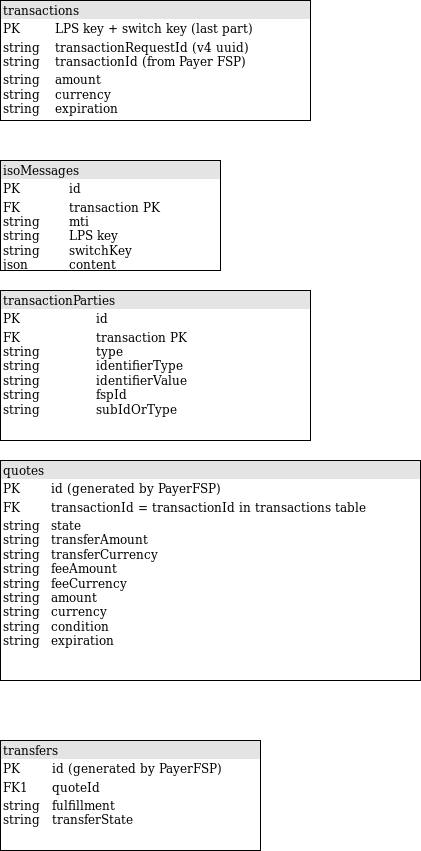
The draw.io diagram media/Adaptor-database-schema.png in mojaloop/mojaloop-adapter, before a commit. Source tidied: cells renumbered, new cells last; positions are measured from the earlier drawing's top-left corner, leaving out a move shared by most shapes.
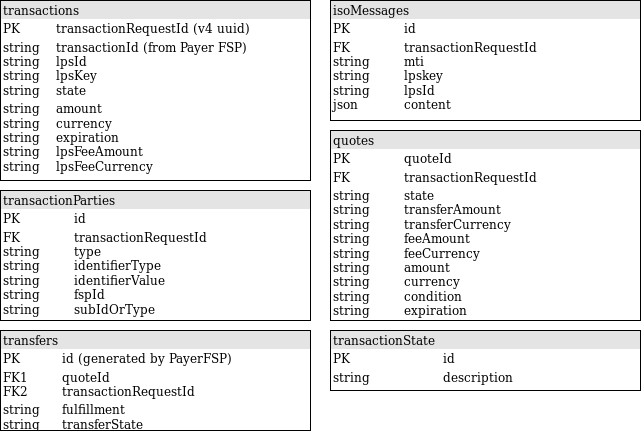
After the commit.

Diff of the diagram source:
```diff
@@ -2,20 +2,23 @@
   <root>
     <mxCell id="0" />
     <mxCell id="1" parent="0" />
-    <mxCell id="2" value="&lt;div style=&quot;box-sizing: border-box ; width: 100% ; background: #e4e4e4 ; padding: 2px&quot;&gt;transactions&lt;br&gt;&lt;/div&gt;&lt;table style=&quot;width: 100% ; font-size: 1em&quot; cellspacing=&quot;0&quot; cellpadding=&quot;2&quot;&gt;&lt;tbody&gt;&lt;tr&gt;&lt;td&gt;PK&lt;/td&gt;&lt;td&gt;LPS key + switch key (last part)&lt;br&gt;&lt;/td&gt;&lt;/tr&gt;&lt;tr&gt;&lt;td&gt;string&lt;br&gt;string&lt;br&gt;&lt;/td&gt;&lt;td&gt;transactionRequestId (v4 uuid)&lt;br&gt;transactionId (from Payer FSP)&lt;br&gt;&lt;/td&gt;&lt;/tr&gt;&lt;tr&gt;&lt;td&gt;string&lt;br&gt;string&lt;br&gt;string&lt;br&gt;&lt;/td&gt;&lt;td&gt;amount&lt;br&gt;currency&lt;br&gt;expiration&lt;br&gt;&lt;/td&gt;&lt;/tr&gt;&lt;/tbody&gt;&lt;/table&gt;" style="verticalAlign=top;align=left;overflow=fill;html=1;" parent="1" vertex="1">
-      <mxGeometry width="310" height="120" as="geometry" />
+    <mxCell id="2" value="&lt;div style=&quot;box-sizing: border-box ; width: 100% ; background: #e4e4e4 ; padding: 2px&quot;&gt;transactions&lt;br&gt;&lt;/div&gt;&lt;table style=&quot;width: 100% ; font-size: 1em&quot; cellspacing=&quot;0&quot; cellpadding=&quot;2&quot;&gt;&lt;tbody&gt;&lt;tr&gt;&lt;td&gt;PK&lt;/td&gt;&lt;td&gt;transactionRequestId (v4 uuid)&lt;br&gt;&lt;/td&gt;&lt;/tr&gt;&lt;tr&gt;&lt;td&gt;string&lt;br&gt;string&lt;br&gt;string&lt;br&gt;string&lt;br&gt;&lt;/td&gt;&lt;td&gt;transactionId (from Payer FSP)&lt;br&gt;lpsId&lt;br&gt;lpsKey&lt;br&gt;state&lt;br&gt;&lt;/td&gt;&lt;/tr&gt;&lt;tr&gt;&lt;td&gt;string&lt;br&gt;string&lt;br&gt;string&lt;br&gt;string&lt;br&gt;string&lt;br&gt;&lt;/td&gt;&lt;td&gt;amount&lt;br&gt;currency&lt;br&gt;expiration&lt;br&gt;lpsFeeAmount&lt;br&gt;lpsFeeCurrency&lt;br&gt;&lt;/td&gt;&lt;/tr&gt;&lt;/tbody&gt;&lt;/table&gt;" style="verticalAlign=top;align=left;overflow=fill;html=1;" parent="1" vertex="1">
+      <mxGeometry width="310" height="180" as="geometry" />
     </mxCell>
-    <mxCell id="3" value="&lt;div style=&quot;box-sizing: border-box ; width: 100% ; background: #e4e4e4 ; padding: 2px&quot;&gt;isoMessages&lt;/div&gt;&lt;table style=&quot;width: 100% ; font-size: 1em&quot; cellspacing=&quot;0&quot; cellpadding=&quot;2&quot;&gt;&lt;tbody&gt;&lt;tr&gt;&lt;td&gt;PK&lt;/td&gt;&lt;td&gt;id&lt;br&gt;&lt;/td&gt;&lt;/tr&gt;&lt;tr&gt;&lt;td&gt;FK&lt;br&gt;string&lt;br&gt;string&lt;br&gt;string&lt;br&gt;json&lt;br&gt;&lt;/td&gt;&lt;td&gt;transaction PK&lt;br&gt;mti&lt;br&gt;LPS key&lt;br&gt;switchKey&lt;br&gt;content&lt;br&gt;&lt;/td&gt;&lt;/tr&gt;&lt;tr&gt;&lt;td&gt;&lt;br&gt;&lt;/td&gt;&lt;td&gt;&lt;br&gt;&lt;/td&gt;&lt;/tr&gt;&lt;/tbody&gt;&lt;/table&gt;" style="verticalAlign=top;align=left;overflow=fill;html=1;" parent="1" vertex="1">
-      <mxGeometry y="160" width="220" height="110" as="geometry" />
+    <mxCell id="3" value="&lt;div style=&quot;box-sizing: border-box ; width: 100% ; background: #e4e4e4 ; padding: 2px&quot;&gt;isoMessages&lt;/div&gt;&lt;table style=&quot;width: 100% ; font-size: 1em&quot; cellspacing=&quot;0&quot; cellpadding=&quot;2&quot;&gt;&lt;tbody&gt;&lt;tr&gt;&lt;td&gt;PK&lt;/td&gt;&lt;td&gt;id&lt;br&gt;&lt;/td&gt;&lt;/tr&gt;&lt;tr&gt;&lt;td&gt;FK&lt;br&gt;string&lt;br&gt;string&lt;br&gt;string&lt;br&gt;json&lt;br&gt;&lt;/td&gt;&lt;td&gt;transactionRequestId&lt;br&gt;mti&lt;br&gt;lpskey&lt;br&gt;lpsId&lt;br&gt;content&lt;br&gt;&lt;/td&gt;&lt;/tr&gt;&lt;tr&gt;&lt;td&gt;&lt;br&gt;&lt;/td&gt;&lt;td&gt;&lt;br&gt;&lt;/td&gt;&lt;/tr&gt;&lt;/tbody&gt;&lt;/table&gt;" style="verticalAlign=top;align=left;overflow=fill;html=1;" parent="1" vertex="1">
+      <mxGeometry x="330" width="310" height="120" as="geometry" />
     </mxCell>
-    <mxCell id="4" value="&lt;div style=&quot;box-sizing: border-box ; width: 100% ; background: #e4e4e4 ; padding: 2px&quot;&gt;transactionParties&lt;br&gt;&lt;/div&gt;&lt;table style=&quot;width: 100% ; font-size: 1em&quot; cellspacing=&quot;0&quot; cellpadding=&quot;2&quot;&gt;&lt;tbody&gt;&lt;tr&gt;&lt;td&gt;PK&lt;/td&gt;&lt;td&gt;id&lt;/td&gt;&lt;/tr&gt;&lt;tr&gt;&lt;td&gt;FK&lt;br&gt;string&lt;br&gt;string&lt;br&gt;string&lt;br&gt;string&lt;br&gt;string&lt;br&gt;&lt;/td&gt;&lt;td&gt;transaction PK&lt;br&gt;type&lt;br&gt;identifierType&lt;br&gt;identifierValue&lt;br&gt;fspId&lt;br&gt;subIdOrType&lt;br&gt;&lt;/td&gt;&lt;/tr&gt;&lt;tr&gt;&lt;td&gt;&lt;br&gt;&lt;/td&gt;&lt;td&gt;&lt;br&gt;&lt;/td&gt;&lt;/tr&gt;&lt;/tbody&gt;&lt;/table&gt;" style="verticalAlign=top;align=left;overflow=fill;html=1;" parent="1" vertex="1">
-      <mxGeometry y="290" width="310" height="150" as="geometry" />
+    <mxCell id="4" value="&lt;div style=&quot;box-sizing: border-box ; width: 100% ; background: #e4e4e4 ; padding: 2px&quot;&gt;transactionParties&lt;br&gt;&lt;/div&gt;&lt;table style=&quot;width: 100% ; font-size: 1em&quot; cellspacing=&quot;0&quot; cellpadding=&quot;2&quot;&gt;&lt;tbody&gt;&lt;tr&gt;&lt;td&gt;PK&lt;/td&gt;&lt;td&gt;id&lt;/td&gt;&lt;/tr&gt;&lt;tr&gt;&lt;td&gt;FK&lt;br&gt;string&lt;br&gt;string&lt;br&gt;string&lt;br&gt;string&lt;br&gt;string&lt;br&gt;&lt;/td&gt;&lt;td&gt;transactionRequestId&lt;br&gt;type&lt;br&gt;identifierType&lt;br&gt;identifierValue&lt;br&gt;fspId&lt;br&gt;subIdOrType&lt;br&gt;&lt;/td&gt;&lt;/tr&gt;&lt;tr&gt;&lt;td&gt;&lt;br&gt;&lt;/td&gt;&lt;td&gt;&lt;br&gt;&lt;/td&gt;&lt;/tr&gt;&lt;/tbody&gt;&lt;/table&gt;" style="verticalAlign=top;align=left;overflow=fill;html=1;" parent="1" vertex="1">
+      <mxGeometry y="190" width="310" height="130" as="geometry" />
     </mxCell>
-    <mxCell id="5" value="&lt;div style=&quot;box-sizing: border-box ; width: 100% ; background: #e4e4e4 ; padding: 2px&quot;&gt;quotes&lt;br&gt;&lt;/div&gt;&lt;table style=&quot;width: 100% ; font-size: 1em&quot; cellspacing=&quot;0&quot; cellpadding=&quot;2&quot;&gt;&lt;tbody&gt;&lt;tr&gt;&lt;td&gt;PK&lt;/td&gt;&lt;td&gt;id (generated by PayerFSP)&lt;br&gt;&lt;/td&gt;&lt;/tr&gt;&lt;tr&gt;&lt;td&gt;FK&lt;/td&gt;&lt;td&gt;transactionId = transactionId in transactions table&lt;br&gt;&lt;/td&gt;&lt;/tr&gt;&lt;tr&gt;&lt;td&gt;string&lt;br&gt;string&lt;br&gt;string&lt;br&gt;string&lt;br&gt;string&lt;br&gt;string&lt;br&gt;string&lt;br&gt;string&lt;br&gt;string&lt;br&gt;&lt;/td&gt;&lt;td&gt;state&lt;br&gt;transferAmount&lt;br&gt;transferCurrency&lt;br&gt;feeAmount&lt;br&gt;feeCurrency&lt;br&gt;amount&lt;br&gt;currency&lt;br&gt;condition&lt;br&gt;expiration&lt;br&gt;&lt;/td&gt;&lt;/tr&gt;&lt;/tbody&gt;&lt;/table&gt;" style="verticalAlign=top;align=left;overflow=fill;html=1;" parent="1" vertex="1">
-      <mxGeometry y="460" width="420" height="220" as="geometry" />
+    <mxCell id="5" value="&lt;div style=&quot;box-sizing: border-box ; width: 100% ; background: #e4e4e4 ; padding: 2px&quot;&gt;quotes&lt;br&gt;&lt;/div&gt;&lt;table style=&quot;width: 100% ; font-size: 1em&quot; cellspacing=&quot;0&quot; cellpadding=&quot;2&quot;&gt;&lt;tbody&gt;&lt;tr&gt;&lt;td&gt;PK&lt;/td&gt;&lt;td&gt;quoteId&lt;/td&gt;&lt;/tr&gt;&lt;tr&gt;&lt;td&gt;FK&lt;br&gt;&lt;/td&gt;&lt;td&gt;transactionRequestId&lt;br&gt;&lt;/td&gt;&lt;/tr&gt;&lt;tr&gt;&lt;td&gt;string&lt;br&gt;string&lt;br&gt;string&lt;br&gt;string&lt;br&gt;string&lt;br&gt;string&lt;br&gt;string&lt;br&gt;string&lt;br&gt;string&lt;br&gt;&lt;/td&gt;&lt;td&gt;state&lt;br&gt;transferAmount&lt;br&gt;transferCurrency&lt;br&gt;feeAmount&lt;br&gt;feeCurrency&lt;br&gt;amount&lt;br&gt;currency&lt;br&gt;condition&lt;br&gt;expiration&lt;br&gt;&lt;/td&gt;&lt;/tr&gt;&lt;/tbody&gt;&lt;/table&gt;" style="verticalAlign=top;align=left;overflow=fill;html=1;" parent="1" vertex="1">
+      <mxGeometry x="330" y="130" width="310" height="190" as="geometry" />
     </mxCell>
-    <mxCell id="6" value="&lt;div style=&quot;box-sizing: border-box ; width: 100% ; background: #e4e4e4 ; padding: 2px&quot;&gt;transfers&lt;br&gt;&lt;/div&gt;&lt;table style=&quot;width: 100% ; font-size: 1em&quot; cellspacing=&quot;0&quot; cellpadding=&quot;2&quot;&gt;&lt;tbody&gt;&lt;tr&gt;&lt;td&gt;PK&lt;/td&gt;&lt;td&gt;id (generated by PayerFSP)&lt;br&gt;&lt;/td&gt;&lt;/tr&gt;&lt;tr&gt;&lt;td&gt;FK1&lt;/td&gt;&lt;td&gt;quoteId&lt;br&gt;&lt;/td&gt;&lt;/tr&gt;&lt;tr&gt;&lt;td&gt;string&lt;br&gt;string&lt;br&gt;&lt;/td&gt;&lt;td&gt;fulfillment&lt;br&gt;transferState&lt;br&gt;&lt;/td&gt;&lt;/tr&gt;&lt;/tbody&gt;&lt;/table&gt;" style="verticalAlign=top;align=left;overflow=fill;html=1;" parent="1" vertex="1">
-      <mxGeometry y="740" width="260" height="110" as="geometry" />
+    <mxCell id="6" value="&lt;div style=&quot;box-sizing: border-box ; width: 100% ; background: #e4e4e4 ; padding: 2px&quot;&gt;transfers&lt;br&gt;&lt;/div&gt;&lt;table style=&quot;width: 100% ; font-size: 1em&quot; cellspacing=&quot;0&quot; cellpadding=&quot;2&quot;&gt;&lt;tbody&gt;&lt;tr&gt;&lt;td&gt;PK&lt;/td&gt;&lt;td&gt;id (generated by PayerFSP)&lt;br&gt;&lt;/td&gt;&lt;/tr&gt;&lt;tr&gt;&lt;td&gt;FK1&lt;br&gt;FK2&lt;br&gt;&lt;/td&gt;&lt;td&gt;quoteId&lt;br&gt;transactionRequestId&lt;br&gt;&lt;/td&gt;&lt;/tr&gt;&lt;tr&gt;&lt;td&gt;string&lt;br&gt;string&lt;br&gt;&lt;/td&gt;&lt;td&gt;fulfillment&lt;br&gt;transferState&lt;br&gt;&lt;/td&gt;&lt;/tr&gt;&lt;/tbody&gt;&lt;/table&gt;" style="verticalAlign=top;align=left;overflow=fill;html=1;" parent="1" vertex="1">
+      <mxGeometry y="330" width="310" height="100" as="geometry" />
     </mxCell>
+    <mxCell id="7" value="&lt;div style=&quot;box-sizing: border-box ; width: 100% ; background: #e4e4e4 ; padding: 2px&quot;&gt;transactionState&lt;/div&gt;&lt;table style=&quot;width: 100% ; font-size: 1em&quot; cellspacing=&quot;0&quot; cellpadding=&quot;2&quot;&gt;&lt;tbody&gt;&lt;tr&gt;&lt;td&gt;PK&lt;/td&gt;&lt;td&gt;id&lt;br&gt;&lt;/td&gt;&lt;/tr&gt;&lt;tr&gt;&lt;td&gt;string&lt;br&gt;&lt;/td&gt;&lt;td&gt;description&lt;/td&gt;&lt;/tr&gt;&lt;tr&gt;&lt;td&gt;&lt;br&gt;&lt;/td&gt;&lt;td&gt;&lt;br&gt;&lt;/td&gt;&lt;/tr&gt;&lt;/tbody&gt;&lt;/table&gt;" style="verticalAlign=top;align=left;overflow=fill;html=1;" parent="1" vertex="1">
+      <mxGeometry x="330" y="330" width="310" height="60" as="geometry" />
+    </mxCell>
   </root>
 </mxGraphModel>
```
